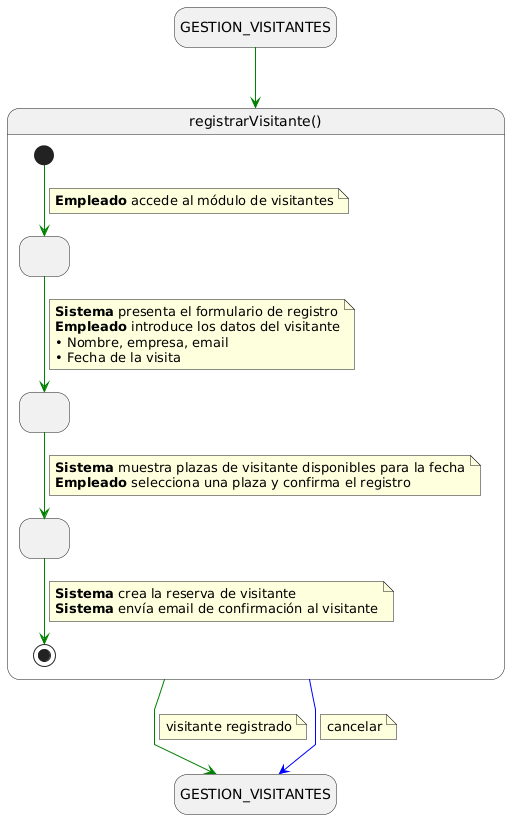
Before: modelosUML/png/cuRegistrarVisitante.png, a diagram exported from PlantUML (lostal/seven-suite). Source of this version:
```plantuml
@startuml cuRegistrarVisitante

skinparam linetype polyline
hide empty description

state "GESTION_VISITANTES" as GestionVisitantesInicio
state "GESTION_VISITANTES" as GestionVisitantesFin

GestionVisitantesInicio -[#green]-> registrarVisitante

state registrarVisitante as "registrarVisitante()" {
  state " " as IntroduciendoDatos
  state " " as SeleccionandoPlaza
  state " " as VisitanteRegistrado

  [*] -[#green]-> IntroduciendoDatos
  note on link
    <b>Empleado</b> accede al módulo de visitantes
  end note

  IntroduciendoDatos -[#green]-> SeleccionandoPlaza
  note on link
    <b>Sistema</b> presenta el formulario de registro
    <b>Empleado</b> introduce los datos del visitante
    • Nombre, empresa, email
    • Fecha de la visita
  end note

  SeleccionandoPlaza -[#green]-> VisitanteRegistrado
  note on link
    <b>Sistema</b> muestra plazas de visitante disponibles para la fecha
    <b>Empleado</b> selecciona una plaza y confirma el registro
  end note

  VisitanteRegistrado -[#green]-> [*]
  note on link
    <b>Sistema</b> crea la reserva de visitante
    <b>Sistema</b> envía email de confirmación al visitante
  end note
}

registrarVisitante -[#green]-> GestionVisitantesFin
note on link
  visitante registrado
end note

registrarVisitante -[#blue]-> GestionVisitantesFin
note on link
  cancelar
end note

@enduml
```
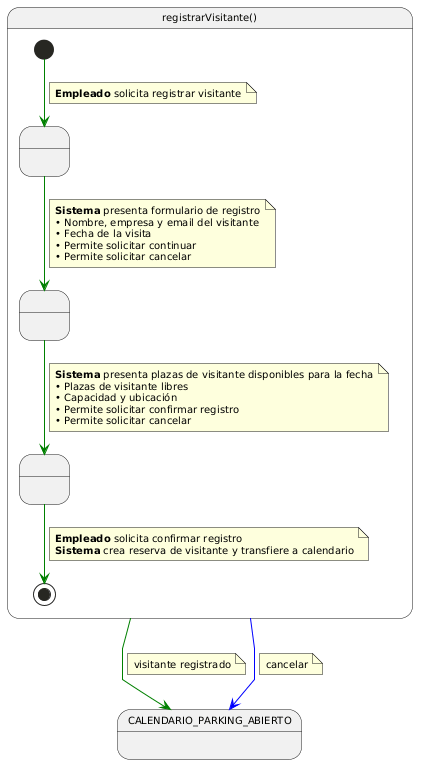
Later version of the same file.

The edit, as a diff of the source:
```diff
@@ -1,12 +1,7 @@
-@startuml cuRegistrarVisitante
-
+@startuml
 skinparam linetype polyline
-hide empty description
-
-state "GESTION_VISITANTES" as GestionVisitantesInicio
-state "GESTION_VISITANTES" as GestionVisitantesFin
-
-GestionVisitantesInicio -[#green]-> registrarVisitante
+skinparam defaultFontName Arial
+skinparam defaultFontSize 10
 
 state registrarVisitante as "registrarVisitante()" {
   state " " as IntroduciendoDatos
@@ -15,38 +10,41 @@
 
   [*] -[#green]-> IntroduciendoDatos
   note on link
-    <b>Empleado</b> accede al módulo de visitantes
+    <b>Empleado</b> solicita registrar visitante
   end note
 
   IntroduciendoDatos -[#green]-> SeleccionandoPlaza
   note on link
-    <b>Sistema</b> presenta el formulario de registro
-    <b>Empleado</b> introduce los datos del visitante
-    • Nombre, empresa, email
+    <b>Sistema</b> presenta formulario de registro
+    • Nombre, empresa y email del visitante
     • Fecha de la visita
+    • Permite solicitar continuar
+    • Permite solicitar cancelar
   end note
 
   SeleccionandoPlaza -[#green]-> VisitanteRegistrado
   note on link
-    <b>Sistema</b> muestra plazas de visitante disponibles para la fecha
-    <b>Empleado</b> selecciona una plaza y confirma el registro
+    <b>Sistema</b> presenta plazas de visitante disponibles para la fecha
+    • Plazas de visitante libres
+    • Capacidad y ubicación
+    • Permite solicitar confirmar registro
+    • Permite solicitar cancelar
   end note
 
   VisitanteRegistrado -[#green]-> [*]
   note on link
-    <b>Sistema</b> crea la reserva de visitante
-    <b>Sistema</b> envía email de confirmación al visitante
+    <b>Empleado</b> solicita confirmar registro
+    <b>Sistema</b> crea reserva de visitante y transfiere a calendario
   end note
 }
 
-registrarVisitante -[#green]-> GestionVisitantesFin
+registrarVisitante -[#green]-> CALENDARIO_PARKING_ABIERTO
 note on link
   visitante registrado
 end note
 
-registrarVisitante -[#blue]-> GestionVisitantesFin
+registrarVisitante -[#blue]-> CALENDARIO_PARKING_ABIERTO
 note on link
   cancelar
 end note
-
 @enduml
```
